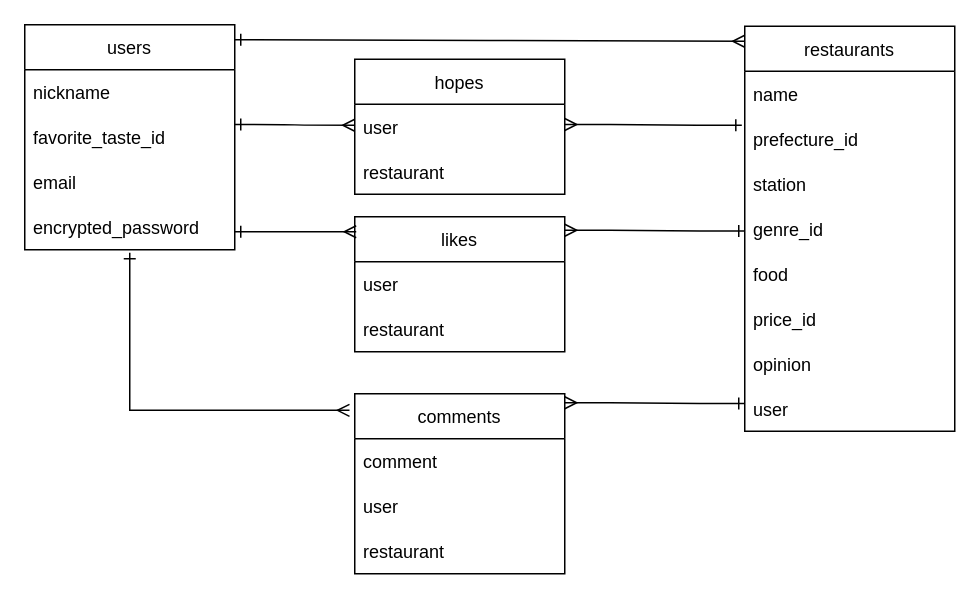
This is tankozo_er.dio from zaranah/tankozo, a draw.io file, before an edit. Source tidied: cells renumbered, new cells numbered last; positions are measured from the earlier drawing's top-left corner, leaving out a move shared by most shapes. Both pictures are drawn from the tidied source at 150%, with x=0, y=0 at pixel (24, 24).
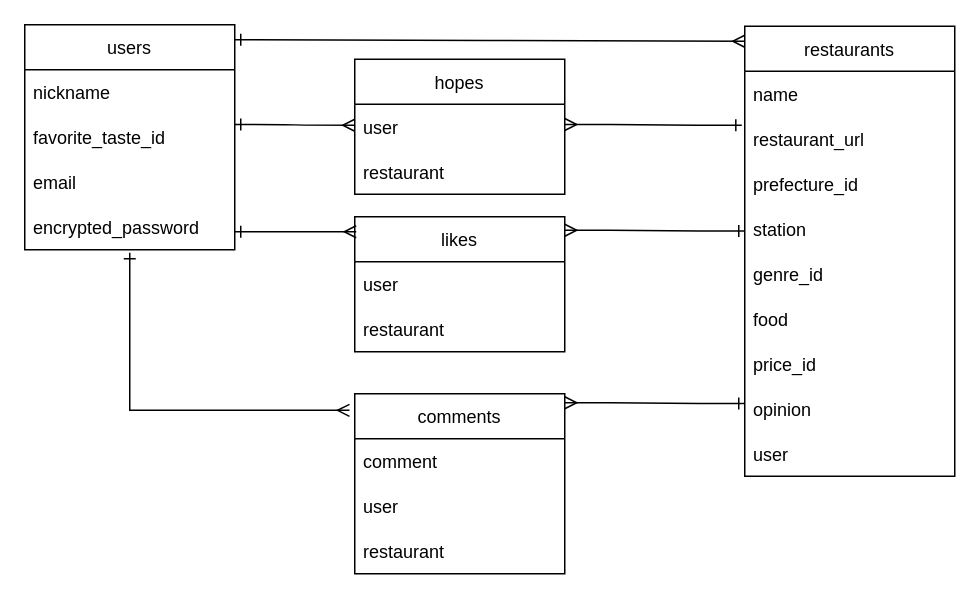
After the change.

Diff of the diagram source:
```diff
@@
     <mxCell id="2" value="restaurants" style="swimlane;fontStyle=0;horizontal=1;startSize=30;" parent="1" vertex="1">
-      <mxGeometry x="480" y="1" width="140" height="270" as="geometry" />
+      <mxGeometry x="480" y="1" width="140" height="300" as="geometry" />
     </mxCell>
@@
-    <mxCell id="4" value="prefecture_id" style="text;strokeColor=none;fillColor=none;align=left;verticalAlign=middle;spacingLeft=4;spacingRight=4;overflow=hidden;points=[[0,0.5],[1,0.5]];portConstraint=eastwest;" parent="2" vertex="1">
+    <mxCell id="4" value="restaurant_url" style="text;strokeColor=none;fillColor=none;align=left;verticalAlign=middle;spacingLeft=4;spacingRight=4;overflow=hidden;points=[[0,0.5],[1,0.5]];portConstraint=eastwest;" parent="2" vertex="1">
       <mxGeometry y="60" width="140" height="30" as="geometry" />
     </mxCell>
+    <mxCell id="33" value="prefecture_id" style="text;strokeColor=none;fillColor=none;align=left;verticalAlign=middle;spacingLeft=4;spacingRight=4;overflow=hidden;" parent="2" vertex="1">
+      <mxGeometry y="90" width="140" height="30" as="geometry" />
+    </mxCell>
     <mxCell id="5" value="station" style="text;strokeColor=none;fillColor=none;align=left;verticalAlign=middle;spacingLeft=4;spacingRight=4;overflow=hidden;" parent="2" vertex="1">
-      <mxGeometry y="90" width="140" height="30" as="geometry" />
+      <mxGeometry y="120" width="140" height="30" as="geometry" />
     </mxCell>
     <mxCell id="6" value="genre_id" style="text;strokeColor=none;fillColor=none;align=left;verticalAlign=middle;spacingLeft=4;spacingRight=4;overflow=hidden;" parent="2" vertex="1">
-      <mxGeometry y="120" width="140" height="30" as="geometry" />
+      <mxGeometry y="150" width="140" height="30" as="geometry" />
     </mxCell>
     <mxCell id="7" value="food" style="text;strokeColor=none;fillColor=none;align=left;verticalAlign=middle;spacingLeft=4;spacingRight=4;overflow=hidden;" parent="2" vertex="1">
-      <mxGeometry y="150" width="140" height="30" as="geometry" />
+      <mxGeometry y="180" width="140" height="30" as="geometry" />
     </mxCell>
     <mxCell id="8" value="price_id" style="text;strokeColor=none;fillColor=none;align=left;verticalAlign=middle;spacingLeft=4;spacingRight=4;overflow=hidden;" parent="2" vertex="1">
-      <mxGeometry y="180" width="140" height="30" as="geometry" />
+      <mxGeometry y="210" width="140" height="30" as="geometry" />
     </mxCell>
     <mxCell id="9" value="opinion" style="text;strokeColor=none;fillColor=none;align=left;verticalAlign=middle;spacingLeft=4;spacingRight=4;overflow=hidden;" parent="2" vertex="1">
-      <mxGeometry y="210" width="140" height="30" as="geometry" />
+      <mxGeometry y="240" width="140" height="30" as="geometry" />
     </mxCell>
     <mxCell id="10" value="user" style="text;strokeColor=none;fillColor=none;align=left;verticalAlign=middle;spacingLeft=4;spacingRight=4;overflow=hidden;" parent="2" vertex="1">
-      <mxGeometry y="240" width="140" height="30" as="geometry" />
+      <mxGeometry y="270" width="140" height="30" as="geometry" />
     </mxCell>
```
